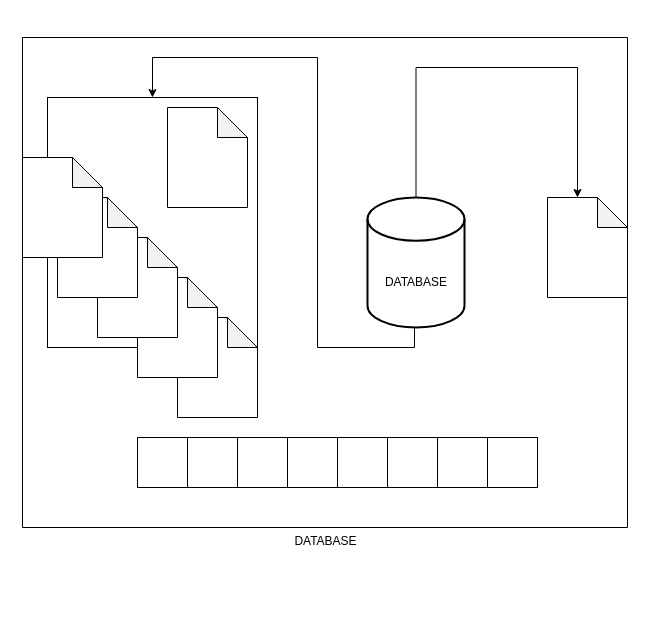
The draw.io diagram Untitled Diagram.drawio in AnchundiaMoises/decorador, before the edit. Source tidied: cells renumbered, new cells numbered last; positions are measured from the earlier drawing's top-left corner, leaving out a move shared by most shapes. Both pictures are drawn from the tidied source at 100%, with x=0, y=0 at pixel (22, 37).
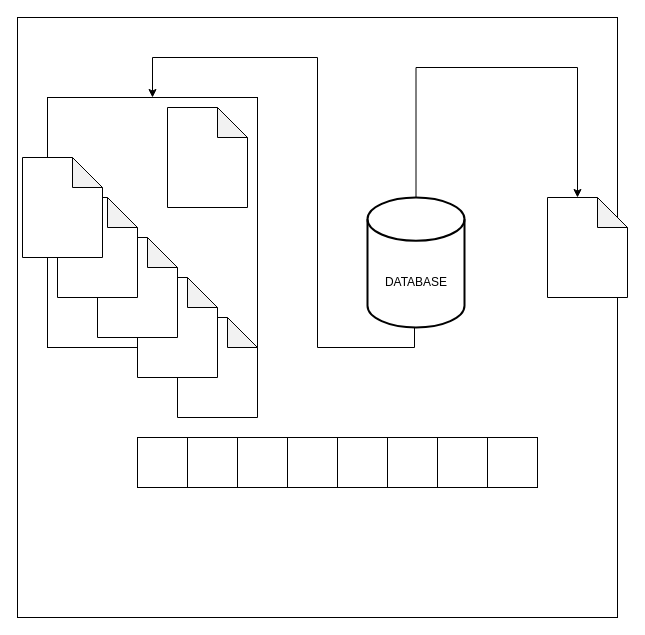
After the change.

Diff of the diagram source:
```diff
@@
-    <mxCell id="2" value="DATABASE" style="verticalLabelPosition=bottom;verticalAlign=top;html=1;shape=mxgraph.basic.rect;fillColor2=none;strokeWidth=1;size=20;indent=5;" parent="1" vertex="1">
-      <mxGeometry width="605" height="490" as="geometry" />
-    </mxCell>
+    <mxCell id="23" style="whiteSpace=wrap;html=1;" parent="1" vertex="1">
+      <mxGeometry x="-5" y="-20" width="600" height="600" as="geometry" />
+    </mxCell>
```
